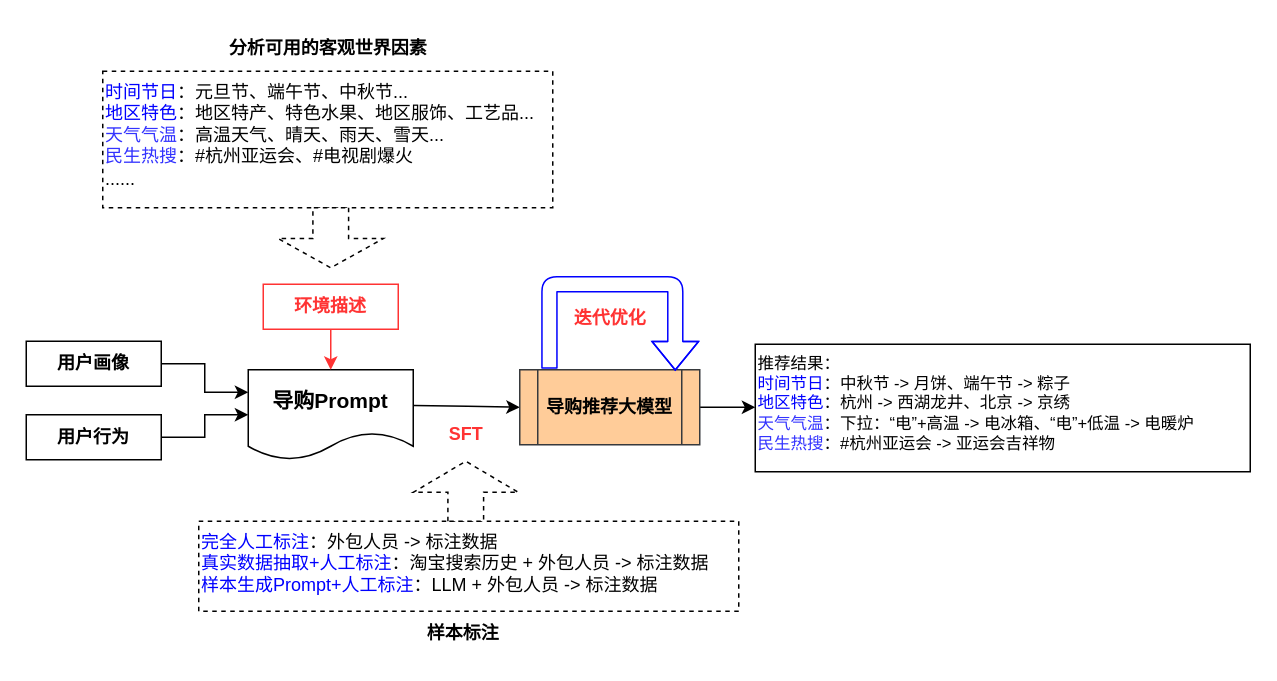
Earlier version of the draw.io diagram page "整体方案" (2 of 4) of Other_img/客观环境LLM建设图.drawio (cheungwoonming/picx-images-hosting). Source tidied: cells renumbered, new cells numbered last; positions are measured from the earlier drawing's top-left corner, leaving out a move shared by most shapes. Both pictures are drawn from the tidied source at 150%, with x=0, y=0 at pixel (26, 26).
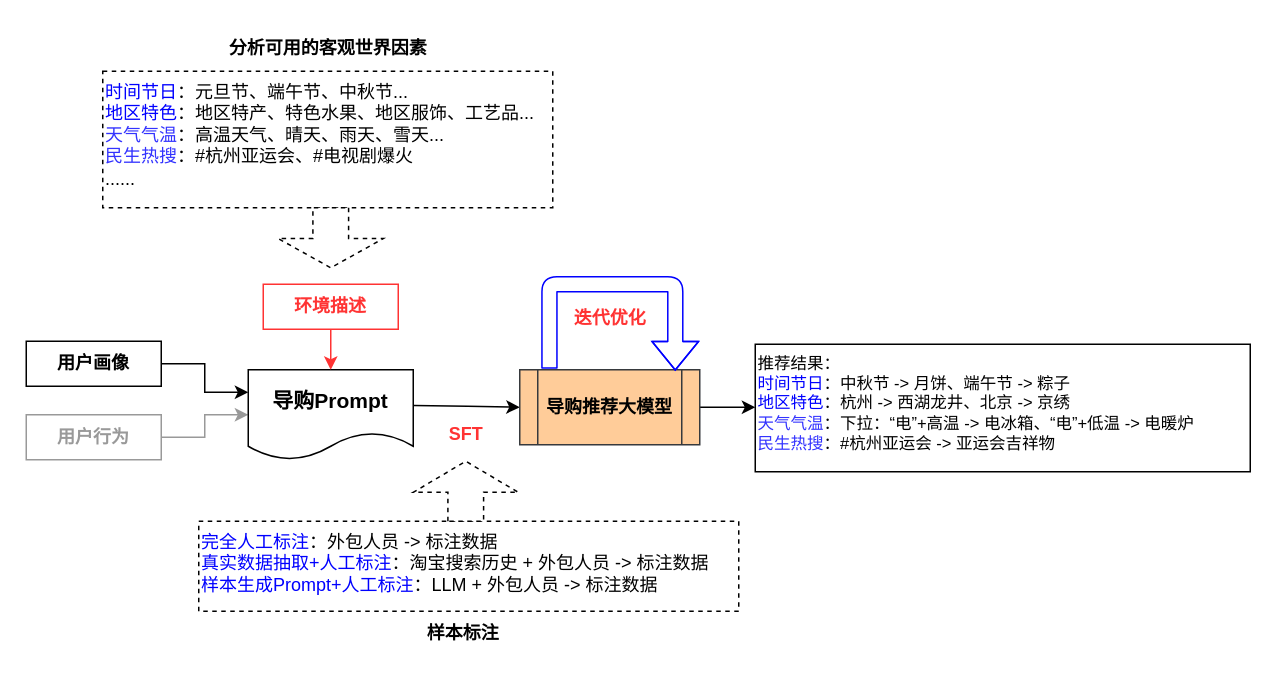
After the change.

Commit message:
更新客观环境LLM建设图.drawio

Unchanged cells that the change refers to:
```xml
<mxCell id="13" value="&lt;b&gt;&lt;font style=&quot;font-size: 14px;&quot;&gt;导购Prompt&lt;/font&gt;&lt;/b&gt;" style="shape=document;whiteSpace=wrap;html=1;boundedLbl=1;" parent="1" vertex="1">
  <mxGeometry x="148" y="229" width="110" height="60" as="geometry" />
</mxCell>
```

Change to the diagram source:
```diff
@@
-    <mxCell id="10" style="edgeStyle=orthogonalEdgeStyle;rounded=0;jettySize=auto;html=1;entryX=0;entryY=0.5;entryDx=0;entryDy=0;" parent="1" edge="1" source="11" target="13">
+    <mxCell id="10" style="edgeStyle=orthogonalEdgeStyle;rounded=0;jettySize=auto;html=1;entryX=0;entryY=0.5;entryDx=0;entryDy=0;strokeColor=#999999;" parent="1" edge="1" source="11" target="13">
       <mxGeometry relative="1" as="geometry" />
     </mxCell>
-    <mxCell id="11" value="&lt;b&gt;用户行为&lt;/b&gt;" style="rounded=0;whiteSpace=wrap;html=1;" parent="1" vertex="1">
+    <mxCell id="11" value="&lt;b&gt;&lt;font color=&quot;#999999&quot;&gt;用户行为&lt;/font&gt;&lt;/b&gt;" style="rounded=0;whiteSpace=wrap;html=1;strokeColor=#999999;" parent="1" vertex="1">
       <mxGeometry y="259" width="90" height="30" as="geometry" />
     </mxCell>
```
